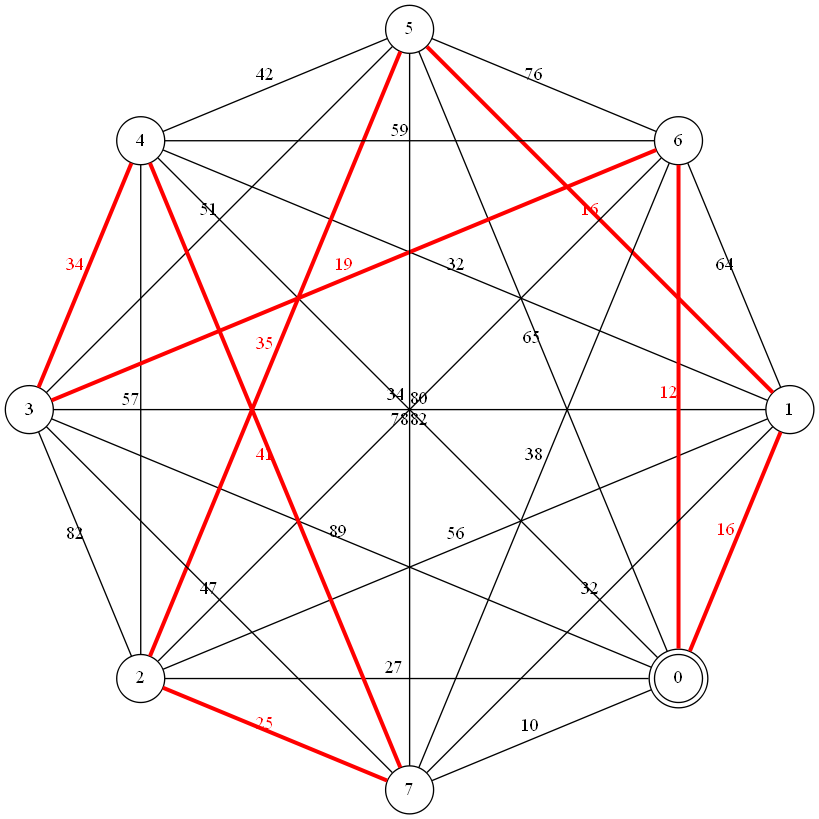
Above: usr/test_ctw_2.png in felixlimanta/Stima-TSP (Graphviz), before the change. Its source is kept beside it as usr/test_ctw_2.gv.
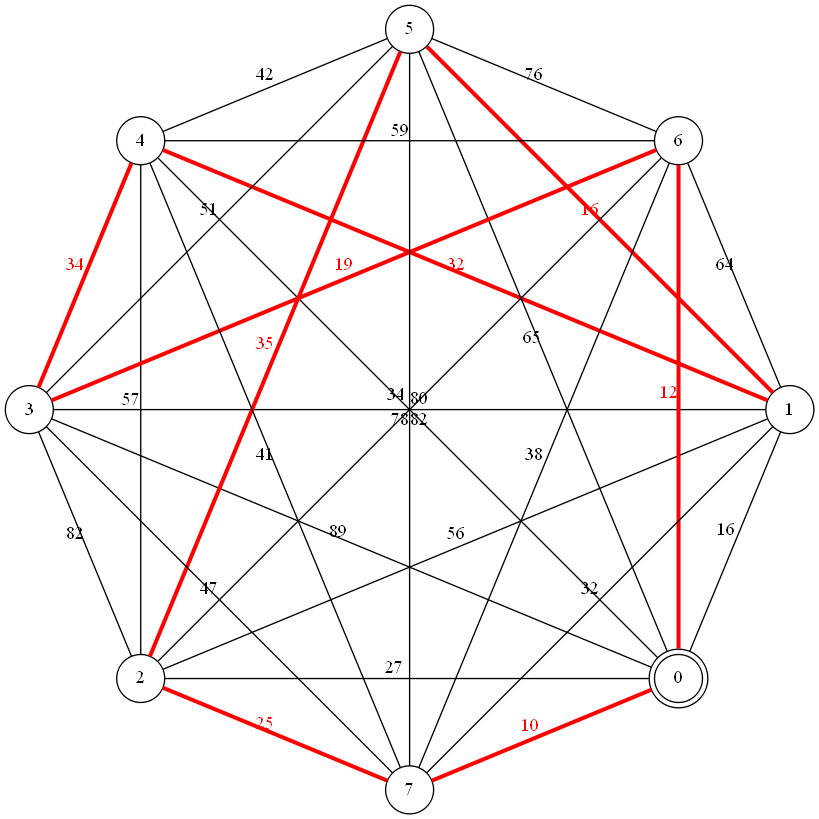
Later version of the same file.

The edit, as a diff of the source:
```diff
@@ -1,14 +1,14 @@
 graph {
 	graph [layout=circo, overlap=scale, splines=true, mindist=2.5];
 	node [shape=circle];
-	0 [peripheries=2];	1 -- 0 [len=7.80376, label="16", color=red, penwidth=3.0, fontcolor=red];
+	0 [peripheries=2];	1 -- 0 [len=7.80376, label="16"];
 	2 -- 0 [len=13.1688, label="27"];
 	2 -- 1 [len=27.3132, label="56"];
 	3 -- 0 [len=43.4084, label="89"];
 	3 -- 1 [len=38.0433, label="78"];
 	3 -- 2 [len=39.9943, label="82"];
 	4 -- 0 [len=16.583, label="34"];
-	4 -- 1 [len=15.6075, label="32"];
+	4 -- 1 [len=15.6075, label="32", color=red, penwidth=3.0, fontcolor=red];
 	4 -- 2 [len=27.8009, label="57"];
 	4 -- 3 [len=16.583, label="34", color=red, penwidth=3.0, fontcolor=red];
 	5 -- 0 [len=31.7028, label="65"];
@@ -22,11 +22,11 @@
 	6 -- 3 [len=9.26696, label="19", color=red, penwidth=3.0, fontcolor=red];
 	6 -- 4 [len=28.7764, label="59"];
 	6 -- 5 [len=37.0679, label="76"];
-	7 -- 0 [len=4.87735, label="10"];
+	7 -- 0 [len=4.87735, label="10", color=red, penwidth=3.0, fontcolor=red];
 	7 -- 1 [len=15.6075, label="32"];
 	7 -- 2 [len=12.1934, label="25", color=red, penwidth=3.0, fontcolor=red];
 	7 -- 3 [len=22.9235, label="47"];
-	7 -- 4 [len=19.9971, label="41", color=red, penwidth=3.0, fontcolor=red];
+	7 -- 4 [len=19.9971, label="41"];
 	7 -- 5 [len=39.9943, label="82"];
 	7 -- 6 [len=18.5339, label="38"];
 }
```
